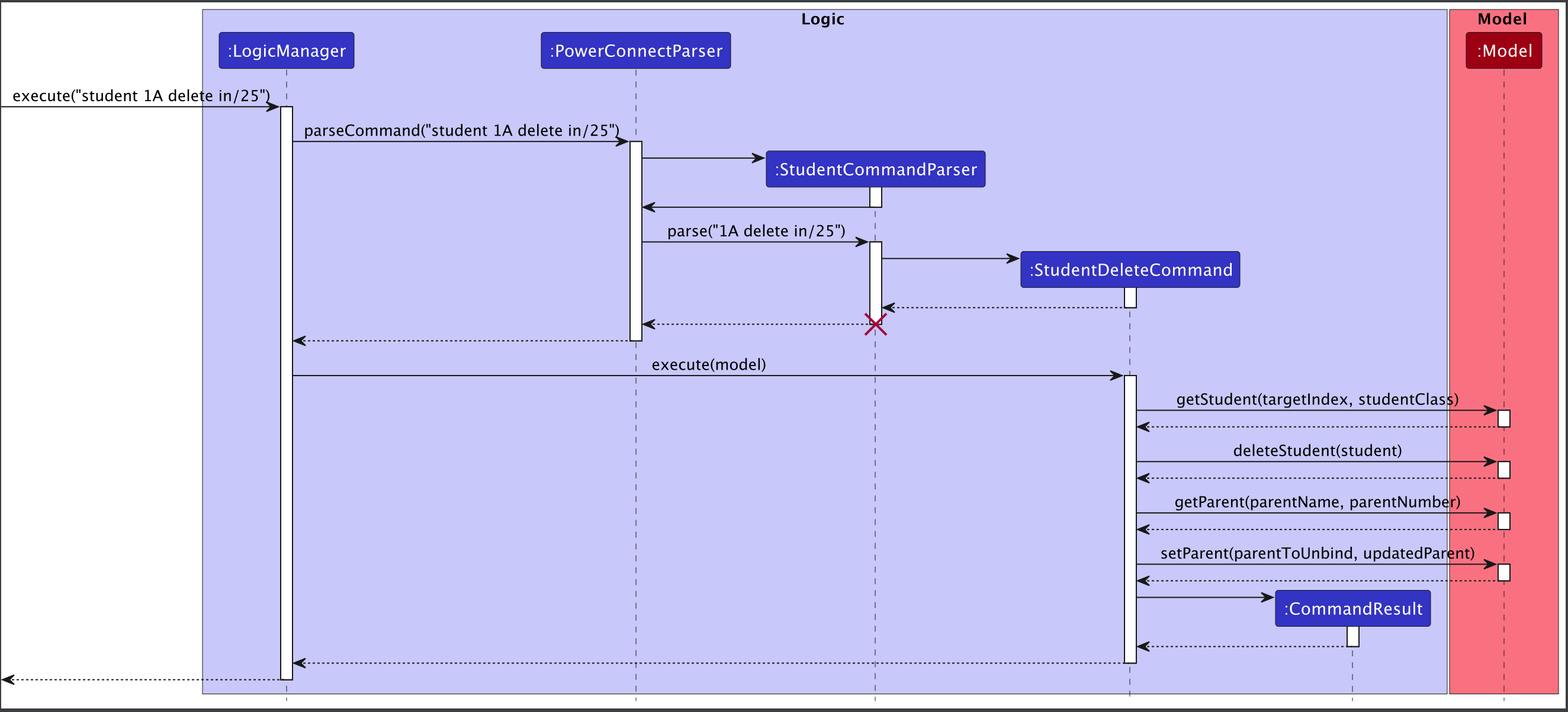
The PlantUML diagram docs/images/StudentDeleteSequentialDiagram.png in nus-cs2103-AY2223S2/tp, before a commit. Its source is kept beside it as docs/diagrams/StudentDeleteSequentialDiagram.puml.
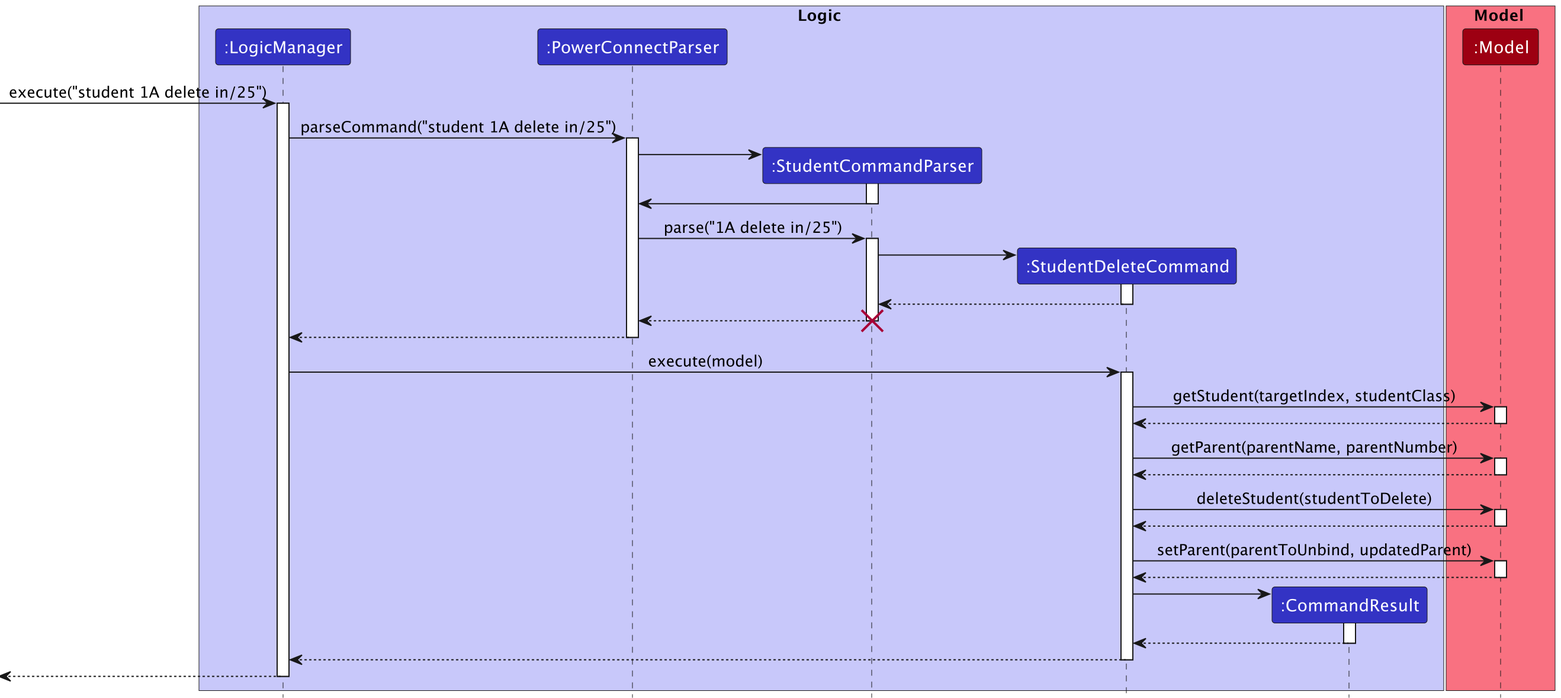
After the change.

The edit, as a diff of the source:
```diff
@@ -50,13 +50,13 @@
 Model --> StudentDeleteCommand
 deactivate Model
 
-StudentDeleteCommand -> Model: deleteStudent(student)
+StudentDeleteCommand -> Model: getParent(parentName, parentNumber)
 activate Model
 
 Model --> StudentDeleteCommand
 deactivate Model
 
-StudentDeleteCommand -> Model: getParent(parentName, parentNumber)
+StudentDeleteCommand -> Model: deleteStudent(studentToDelete)
 activate Model
 
 Model --> StudentDeleteCommand
```
